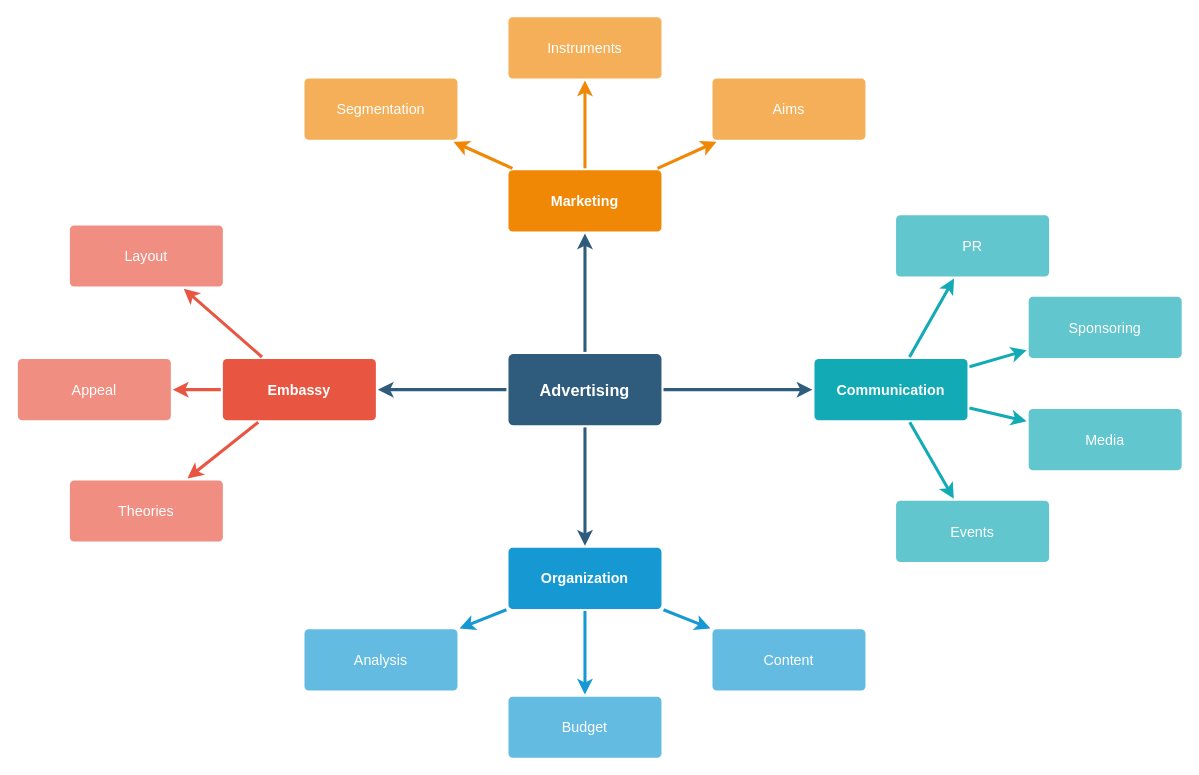
Above: WebComponents.drawio in Ezzz-Lui/Mabrick-WEB (draw.io), before the change. Source tidied: cells renumbered, new cells numbered last; positions are measured from the earlier drawing's top-left corner, leaving out a move shared by most shapes. Both pictures are drawn from the tidied source at 102%, with x=0, y=0 at pixel (17, 16).
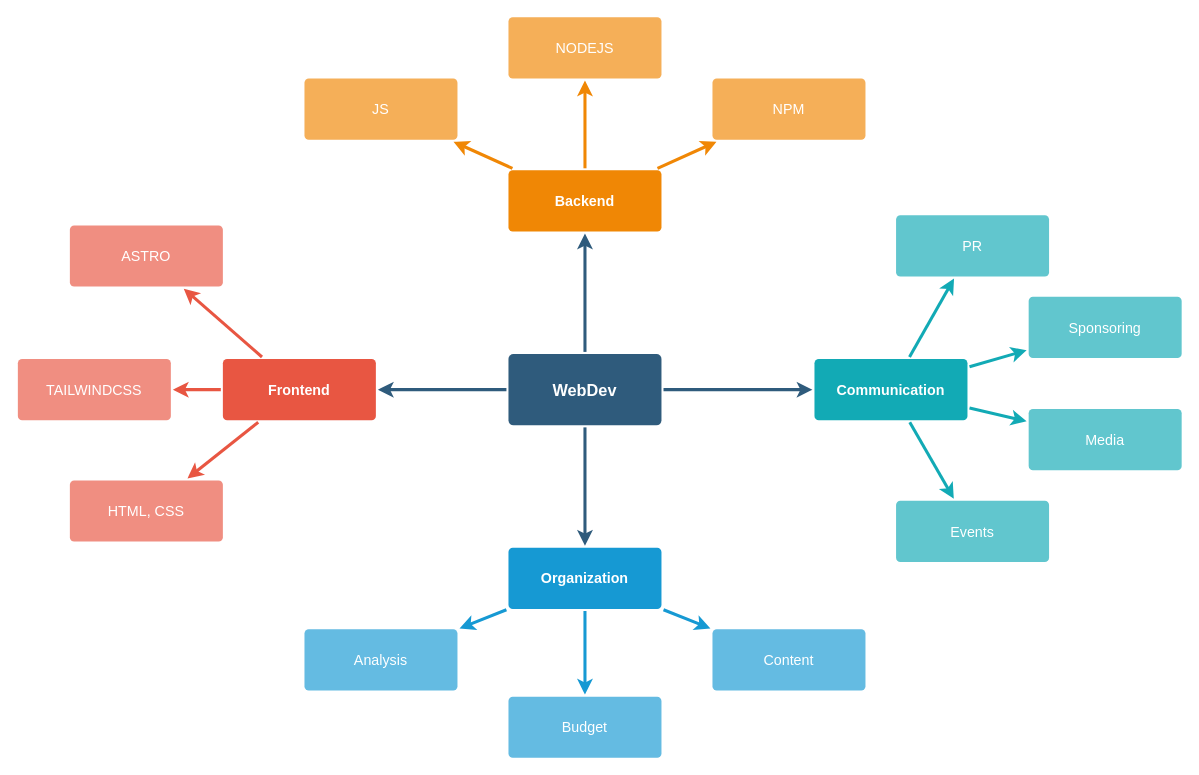
The same diagram, later.

What changed in the source:
```diff
@@
-    <mxCell id="6" value="Advertising" style="rounded=1;whiteSpace=wrap;html=1;shadow=0;labelBackgroundColor=none;strokeColor=none;strokeWidth=3;fillColor=#2F5B7C;fontFamily=Helvetica;fontSize=16;fontColor=#FFFFFF;align=center;fontStyle=1;spacing=5;arcSize=7;perimeterSpacing=2;" parent="1" vertex="1">
+    <mxCell id="6" value="WebDev" style="rounded=1;whiteSpace=wrap;html=1;shadow=0;labelBackgroundColor=none;strokeColor=none;strokeWidth=3;fillColor=#2F5B7C;fontFamily=Helvetica;fontSize=16;fontColor=#FFFFFF;align=center;fontStyle=1;spacing=5;arcSize=7;perimeterSpacing=2;" parent="1" vertex="1">
       <mxGeometry x="481" y="330.5" width="150" height="70" as="geometry" />
     </mxCell>
@@
-    <mxCell id="10" value="Embassy" style="rounded=1;whiteSpace=wrap;html=1;shadow=0;labelBackgroundColor=none;strokeColor=none;strokeWidth=3;fillColor=#e85642;fontFamily=Helvetica;fontSize=14;fontColor=#FFFFFF;align=center;spacing=5;fontStyle=1;arcSize=7;perimeterSpacing=2;" parent="1" vertex="1">
+    <mxCell id="10" value="Frontend" style="rounded=1;whiteSpace=wrap;html=1;shadow=0;labelBackgroundColor=none;strokeColor=none;strokeWidth=3;fillColor=#e85642;fontFamily=Helvetica;fontSize=14;fontColor=#FFFFFF;align=center;spacing=5;fontStyle=1;arcSize=7;perimeterSpacing=2;" parent="1" vertex="1">
       <mxGeometry x="201" y="335.5" width="150" height="60" as="geometry" />
     </mxCell>
-    <mxCell id="11" value="Theories" style="rounded=1;whiteSpace=wrap;html=1;shadow=0;labelBackgroundColor=none;strokeColor=none;strokeWidth=3;fillColor=#f08e81;fontFamily=Helvetica;fontSize=14;fontColor=#FFFFFF;align=center;spacing=5;fontStyle=0;arcSize=7;perimeterSpacing=2;" parent="1" vertex="1">
+    <mxCell id="11" value="HTML, CSS" style="rounded=1;whiteSpace=wrap;html=1;shadow=0;labelBackgroundColor=none;strokeColor=none;strokeWidth=3;fillColor=#f08e81;fontFamily=Helvetica;fontSize=14;fontColor=#FFFFFF;align=center;spacing=5;fontStyle=0;arcSize=7;perimeterSpacing=2;" parent="1" vertex="1">
       <mxGeometry x="51" y="454.5" width="150" height="60" as="geometry" />
     </mxCell>
-    <mxCell id="12" value="Appeal" style="rounded=1;whiteSpace=wrap;html=1;shadow=0;labelBackgroundColor=none;strokeColor=none;strokeWidth=3;fillColor=#f08e81;fontFamily=Helvetica;fontSize=14;fontColor=#FFFFFF;align=center;spacing=5;fontStyle=0;arcSize=7;perimeterSpacing=2;" parent="1" vertex="1">
+    <mxCell id="12" value="TAILWINDCSS" style="rounded=1;whiteSpace=wrap;html=1;shadow=0;labelBackgroundColor=none;strokeColor=none;strokeWidth=3;fillColor=#f08e81;fontFamily=Helvetica;fontSize=14;fontColor=#FFFFFF;align=center;spacing=5;fontStyle=0;arcSize=7;perimeterSpacing=2;" parent="1" vertex="1">
       <mxGeometry y="335.5" width="150" height="60" as="geometry" />
     </mxCell>
-    <mxCell id="13" value="Layout" style="rounded=1;whiteSpace=wrap;html=1;shadow=0;labelBackgroundColor=none;strokeColor=none;strokeWidth=3;fillColor=#f08e81;fontFamily=Helvetica;fontSize=14;fontColor=#FFFFFF;align=center;spacing=5;fontStyle=0;arcSize=7;perimeterSpacing=2;" parent="1" vertex="1">
+    <mxCell id="13" value="ASTRO" style="rounded=1;whiteSpace=wrap;html=1;shadow=0;labelBackgroundColor=none;strokeColor=none;strokeWidth=3;fillColor=#f08e81;fontFamily=Helvetica;fontSize=14;fontColor=#FFFFFF;align=center;spacing=5;fontStyle=0;arcSize=7;perimeterSpacing=2;" parent="1" vertex="1">
       <mxGeometry x="51" y="204.5" width="150" height="60" as="geometry" />
     </mxCell>
@@
-    <mxCell id="21" value="Marketing" style="rounded=1;whiteSpace=wrap;html=1;shadow=0;labelBackgroundColor=none;strokeColor=none;strokeWidth=3;fillColor=#F08705;fontFamily=Helvetica;fontSize=14;fontColor=#FFFFFF;align=center;spacing=5;fontStyle=1;arcSize=7;perimeterSpacing=2;" parent="1" vertex="1">
+    <mxCell id="21" value="Backend" style="rounded=1;whiteSpace=wrap;html=1;shadow=0;labelBackgroundColor=none;strokeColor=none;strokeWidth=3;fillColor=#F08705;fontFamily=Helvetica;fontSize=14;fontColor=#FFFFFF;align=center;spacing=5;fontStyle=1;arcSize=7;perimeterSpacing=2;" parent="1" vertex="1">
       <mxGeometry x="481" y="150.5" width="150" height="60" as="geometry" />
     </mxCell>
-    <mxCell id="22" value="Aims&lt;br&gt;" style="rounded=1;whiteSpace=wrap;html=1;shadow=0;labelBackgroundColor=none;strokeColor=none;strokeWidth=3;fillColor=#f5af58;fontFamily=Helvetica;fontSize=14;fontColor=#FFFFFF;align=center;spacing=5;arcSize=7;perimeterSpacing=2;" parent="1" vertex="1">
+    <mxCell id="22" value="NPM" style="rounded=1;whiteSpace=wrap;html=1;shadow=0;labelBackgroundColor=none;strokeColor=none;strokeWidth=3;fillColor=#f5af58;fontFamily=Helvetica;fontSize=14;fontColor=#FFFFFF;align=center;spacing=5;arcSize=7;perimeterSpacing=2;" parent="1" vertex="1">
       <mxGeometry x="681" y="60.5" width="150" height="60" as="geometry" />
     </mxCell>
@@
-    <mxCell id="24" value="Instruments" style="rounded=1;whiteSpace=wrap;html=1;shadow=0;labelBackgroundColor=none;strokeColor=none;strokeWidth=3;fillColor=#f5af58;fontFamily=Helvetica;fontSize=14;fontColor=#FFFFFF;align=center;spacing=5;arcSize=7;perimeterSpacing=2;" parent="1" vertex="1">
+    <mxCell id="24" value="NODEJS" style="rounded=1;whiteSpace=wrap;html=1;shadow=0;labelBackgroundColor=none;strokeColor=none;strokeWidth=3;fillColor=#f5af58;fontFamily=Helvetica;fontSize=14;fontColor=#FFFFFF;align=center;spacing=5;arcSize=7;perimeterSpacing=2;" parent="1" vertex="1">
       <mxGeometry x="481" y="0.5" width="150" height="60" as="geometry" />
     </mxCell>
@@
-    <mxCell id="26" value="Segmentation" style="rounded=1;whiteSpace=wrap;html=1;shadow=0;labelBackgroundColor=none;strokeColor=none;strokeWidth=3;fillColor=#f5af58;fontFamily=Helvetica;fontSize=14;fontColor=#FFFFFF;align=center;spacing=5;arcSize=7;perimeterSpacing=2;" parent="1" vertex="1">
+    <mxCell id="26" value="JS" style="rounded=1;whiteSpace=wrap;html=1;shadow=0;labelBackgroundColor=none;strokeColor=none;strokeWidth=3;fillColor=#f5af58;fontFamily=Helvetica;fontSize=14;fontColor=#FFFFFF;align=center;spacing=5;arcSize=7;perimeterSpacing=2;" parent="1" vertex="1">
       <mxGeometry x="281" y="60.5" width="150" height="60" as="geometry" />
     </mxCell>
```
